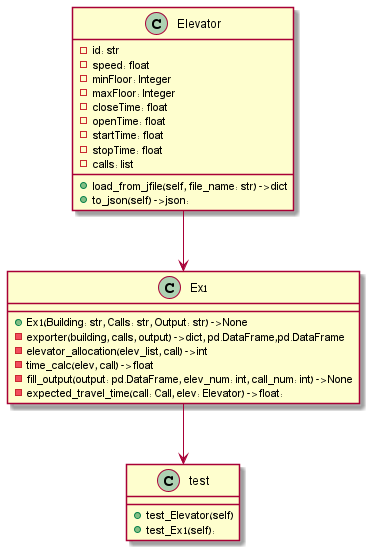
Above: UML_img.png in haimgoldfisher/OOP_ex1 (PlantUML), before the change.
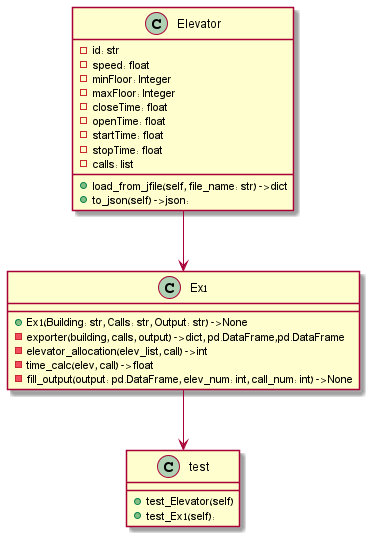
Later version of the same file.

Diff of the diagram source:
```diff
@@ -22,7 +22,6 @@
     - elevator_allocation(elev_list, call) -> int
     - time_calc(elev, call) -> float
     - fill_output(output: pd.DataFrame, elev_num: int, call_num: int) -> None
-    - expected_travel_time(call: Call, elev: Elevator) -> float:
 
 }
 
```
